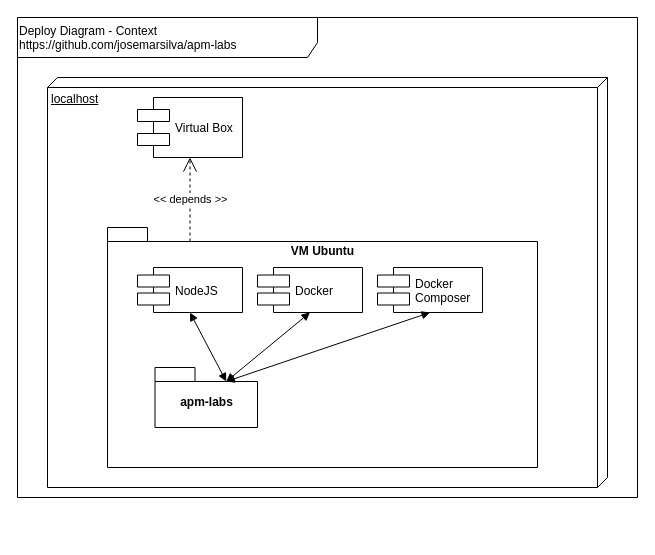
josemarsilva/apm-labs keeps this draw.io diagram as doc/DeployDiagram-Context.drawio. Above is the earlier version. Source tidied: cells renumbered, new cells numbered last; positions are measured from the earlier drawing's top-left corner, leaving out a move shared by most shapes. Both pictures are drawn from the tidied source at 100%, with x=0, y=0 at pixel (17, 17).
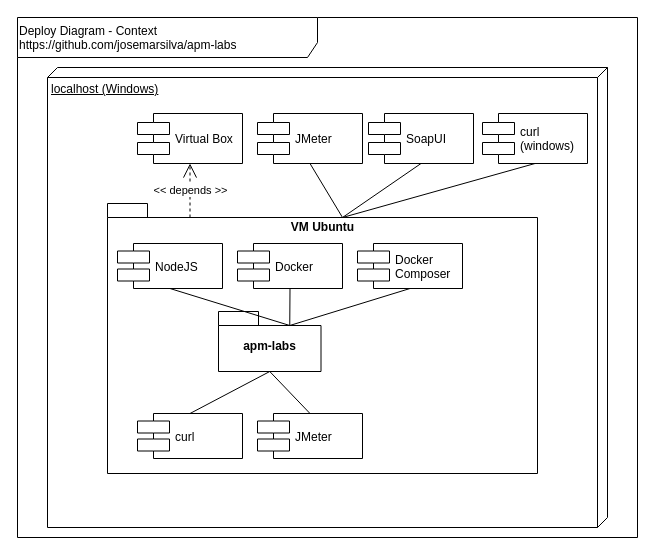
The same page after the edit.

Change to the diagram source:
```diff
@@
     <mxCell id="2" value="Deploy Diagram - Context&lt;br&gt;https://github.com/josemarsilva/apm-labs" style="shape=umlFrame;whiteSpace=wrap;html=1;width=300;height=40;verticalAlign=top;align=left;" parent="1" vertex="1">
-      <mxGeometry width="620" height="480" as="geometry" />
+      <mxGeometry width="620" height="520" as="geometry" />
     </mxCell>
-    <mxCell id="3" value="localhost" style="verticalAlign=top;align=left;spacingTop=8;spacingLeft=2;spacingRight=12;shape=cube;size=10;direction=south;fontStyle=4;html=1;" parent="1" vertex="1">
-      <mxGeometry x="30" y="60" width="560" height="410" as="geometry" />
+    <mxCell id="3" value="localhost (Windows)" style="verticalAlign=top;align=left;spacingTop=8;spacingLeft=2;spacingRight=12;shape=cube;size=10;direction=south;fontStyle=4;html=1;" parent="1" vertex="1">
+      <mxGeometry x="30" y="50" width="560" height="460" as="geometry" />
     </mxCell>
     <mxCell id="4" value="Virtual Box" style="shape=component;align=left;spacingLeft=36;" parent="1" vertex="1">
-      <mxGeometry x="120" y="80" width="105" height="60" as="geometry" />
+      <mxGeometry x="120" y="96" width="105" height="50" as="geometry" />
     </mxCell>
@@
     <mxCell id="6" value="VM Ubuntu" style="shape=folder;fontStyle=1;spacingTop=10;tabWidth=40;tabHeight=14;tabPosition=left;html=1;verticalAlign=top;" parent="1" vertex="1">
-      <mxGeometry x="90" y="210" width="430" height="240" as="geometry" />
+      <mxGeometry x="90" y="186" width="430" height="270" as="geometry" />
     </mxCell>
     <mxCell id="7" value="NodeJS" style="shape=component;align=left;spacingLeft=36;" parent="1" vertex="1">
-      <mxGeometry x="120" y="250" width="105" height="45" as="geometry" />
+      <mxGeometry x="100" y="226" width="105" height="45" as="geometry" />
     </mxCell>
     <mxCell id="8" value="Docker" style="shape=component;align=left;spacingLeft=36;" parent="1" vertex="1">
-      <mxGeometry x="240" y="250" width="105" height="45" as="geometry" />
+      <mxGeometry x="220" y="226" width="105" height="45" as="geometry" />
     </mxCell>
     <mxCell id="9" value="Docker &#10;Composer" style="shape=component;align=left;spacingLeft=36;" parent="1" vertex="1">
-      <mxGeometry x="360" y="250" width="105" height="45" as="geometry" />
+      <mxGeometry x="340" y="226" width="105" height="45" as="geometry" />
     </mxCell>
     <mxCell id="10" value="apm-labs" style="shape=folder;fontStyle=1;spacingTop=10;tabWidth=40;tabHeight=14;tabPosition=left;html=1;verticalAlign=middle;" parent="1" vertex="1">
-      <mxGeometry x="137.5" y="350" width="102.5" height="60" as="geometry" />
+      <mxGeometry x="201" y="294" width="102.5" height="60" as="geometry" />
     </mxCell>
-    <mxCell id="11" style="endArrow=block;startArrow=block;endFill=1;startFill=1;html=1;exitX=0.5;exitY=1;exitDx=0;exitDy=0;entryX=0;entryY=0;entryDx=71.25;entryDy=14;entryPerimeter=0;" parent="1" edge="1" source="7" target="10">
-      <mxGeometry relative="1" as="geometry" />
-    </mxCell>
-    <mxCell id="12" style="endArrow=block;startArrow=block;endFill=1;startFill=1;html=1;exitX=0.5;exitY=1;exitDx=0;exitDy=0;entryX=0;entryY=0;entryDx=71.25;entryDy=14;entryPerimeter=0;" parent="1" edge="1" source="8" target="10">
+    <mxCell id="12" style="endArrow=none;startArrow=none;endFill=0;startFill=0;html=1;exitX=0.5;exitY=1;exitDx=0;exitDy=0;entryX=0;entryY=0;entryDx=71.25;entryDy=14;entryPerimeter=0;" parent="1" edge="1" source="8" target="10">
       <mxGeometry relative="1" as="geometry" />
     </mxCell>
-    <mxCell id="13" style="endArrow=block;startArrow=block;endFill=1;startFill=1;html=1;exitX=0.5;exitY=1;exitDx=0;exitDy=0;entryX=0;entryY=0;entryDx=71.25;entryDy=14;entryPerimeter=0;" parent="1" edge="1" source="9" target="10">
+    <mxCell id="13" style="endArrow=none;startArrow=none;endFill=0;startFill=0;html=1;exitX=0.5;exitY=1;exitDx=0;exitDy=0;entryX=0;entryY=0;entryDx=71.25;entryDy=14;entryPerimeter=0;" parent="1" edge="1" source="9" target="10">
       <mxGeometry relative="1" as="geometry" />
     </mxCell>
+    <mxCell id="14" value="JMeter" style="shape=component;align=left;spacingLeft=36;" parent="1" vertex="1">
+      <mxGeometry x="240" y="96" width="105" height="50" as="geometry" />
+    </mxCell>
+    <mxCell id="15" value="curl" style="shape=component;align=left;spacingLeft=36;" parent="1" vertex="1">
+      <mxGeometry x="120" y="396" width="105" height="45" as="geometry" />
+    </mxCell>
+    <mxCell id="16" value="SoapUI" style="shape=component;align=left;spacingLeft=36;" parent="1" vertex="1">
+      <mxGeometry x="351" y="96" width="105" height="50" as="geometry" />
+    </mxCell>
+    <mxCell id="17" value="JMeter" style="shape=component;align=left;spacingLeft=36;" parent="1" vertex="1">
+      <mxGeometry x="240" y="396" width="105" height="45" as="geometry" />
+    </mxCell>
+    <mxCell id="11" style="endArrow=none;startArrow=none;endFill=0;startFill=0;html=1;exitX=0.5;exitY=1;exitDx=0;exitDy=0;entryX=0;entryY=0;entryDx=71.25;entryDy=14;entryPerimeter=0;" parent="1" edge="1" source="7" target="10">
+      <mxGeometry relative="1" as="geometry" />
+    </mxCell>
+    <mxCell id="18" style="endArrow=none;startArrow=none;endFill=0;startFill=0;html=1;exitX=0.5;exitY=1;exitDx=0;exitDy=0;entryX=0.5;entryY=0;entryDx=0;entryDy=0;exitPerimeter=0;" parent="1" edge="1" source="10" target="15">
+      <mxGeometry relative="1" as="geometry" />
+    </mxCell>
+    <mxCell id="19" style="endArrow=none;startArrow=none;endFill=0;startFill=0;html=1;entryX=0.5;entryY=0;entryDx=0;entryDy=0;exitX=0.5;exitY=1;exitDx=0;exitDy=0;exitPerimeter=0;" parent="1" edge="1" source="10" target="17">
+      <mxGeometry relative="1" as="geometry" />
+    </mxCell>
+    <mxCell id="20" value="curl&#10;(windows)" style="shape=component;align=left;spacingLeft=36;" parent="1" vertex="1">
+      <mxGeometry x="465" y="96" width="105" height="50" as="geometry" />
+    </mxCell>
+    <mxCell id="21" style="endArrow=none;startArrow=none;endFill=0;startFill=0;html=1;exitX=0.5;exitY=1;exitDx=0;exitDy=0;entryX=0;entryY=0;entryDx=235;entryDy=14;entryPerimeter=0;" parent="1" edge="1" source="14" target="6">
+      <mxGeometry relative="1" as="geometry" />
+    </mxCell>
+    <mxCell id="22" style="endArrow=none;startArrow=none;endFill=0;startFill=0;html=1;exitX=0.5;exitY=1;exitDx=0;exitDy=0;entryX=0;entryY=0;entryDx=235;entryDy=14;entryPerimeter=0;" parent="1" edge="1" source="16" target="6">
+      <mxGeometry relative="1" as="geometry" />
+    </mxCell>
+    <mxCell id="23" style="endArrow=none;startArrow=none;endFill=0;startFill=0;html=1;exitX=0.5;exitY=1;exitDx=0;exitDy=0;entryX=0;entryY=0;entryDx=235;entryDy=14;entryPerimeter=0;" parent="1" edge="1" source="20" target="6">
+      <mxGeometry relative="1" as="geometry" />
+    </mxCell>
```
